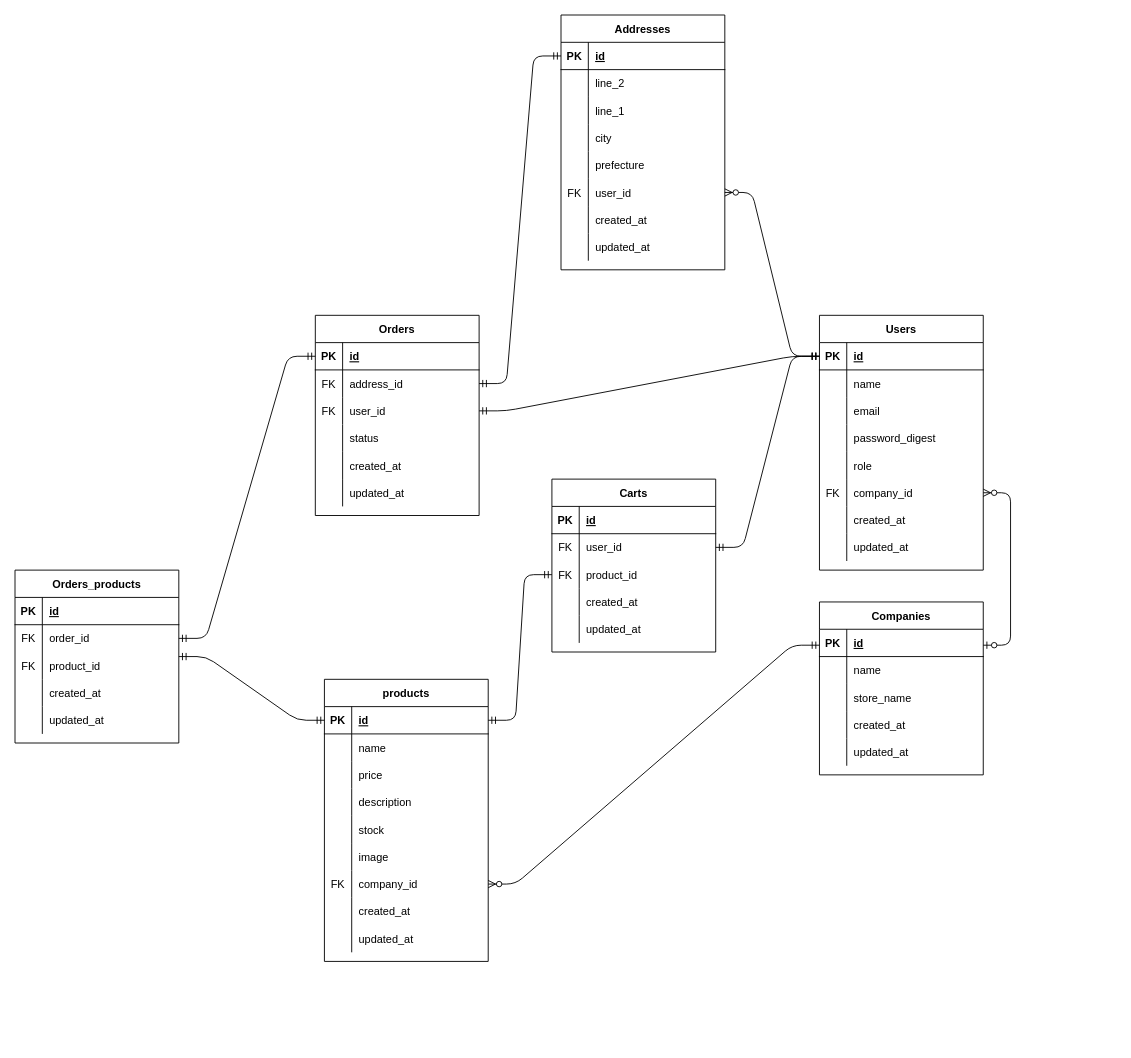
This is ER3.drawio from ushimedia/catalog_task_3, a draw.io file, before an edit. Source tidied: cells renumbered, new cells numbered last; positions are measured from the earlier drawing's top-left corner, leaving out a move shared by most shapes. Both pictures are drawn from the tidied source at 91%, with x=0, y=0 at pixel (15, 15).
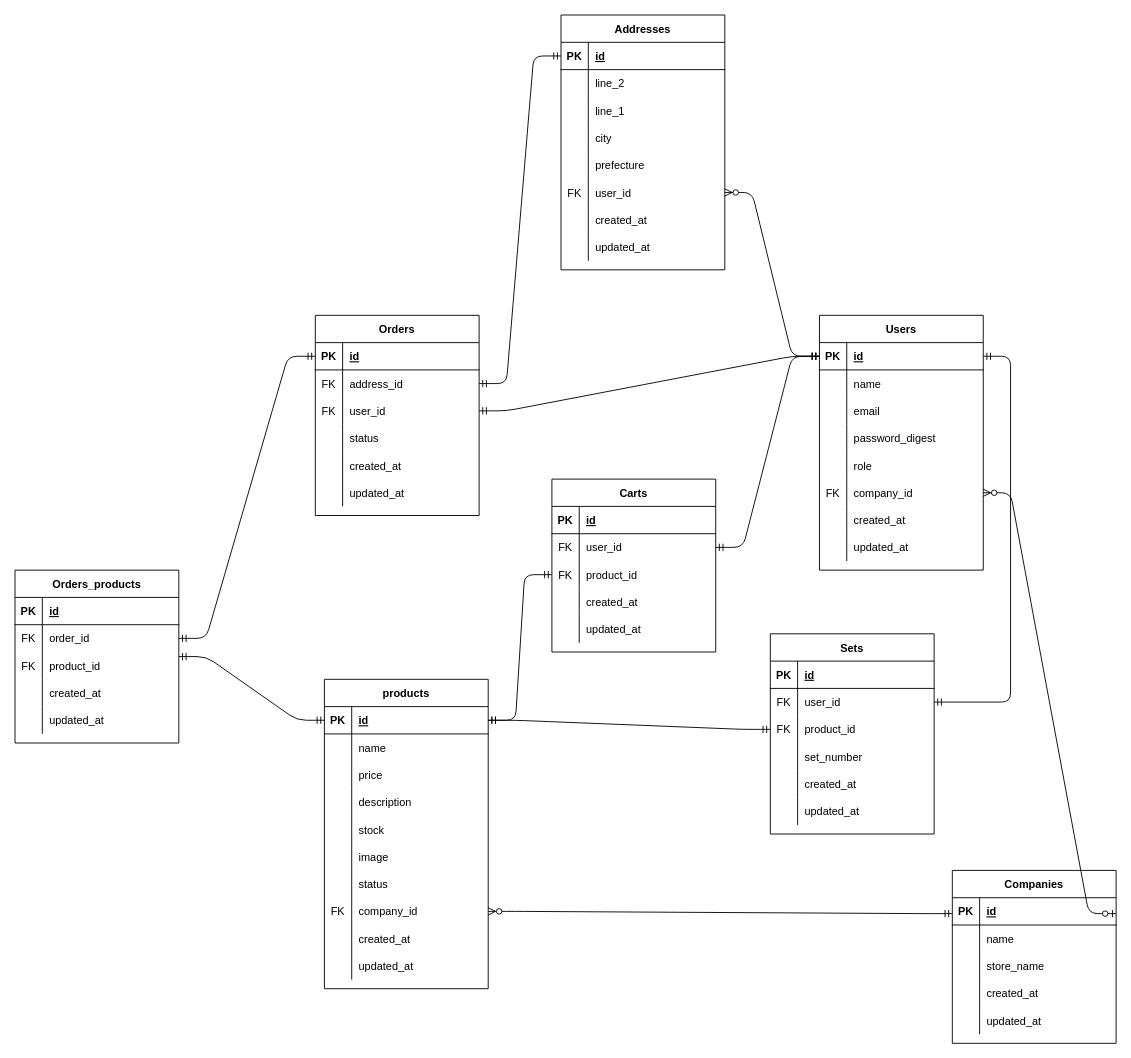
The same diagram, later.

Unchanged cells that the change refers to:
```xml
<mxCell id="28" style="shape=partialRectangle;fillColor=none;top=0;left=0;bottom=1;right=0;points=[[0,0.5],[1,0.5]];portConstraint=eastwest;" parent="27" vertex="1">
  <mxGeometry y="30" width="180" height="30" as="geometry" />
</mxCell>
<mxCell id="56" style="shape=partialRectangle;fillColor=none;top=0;left=0;bottom=1;right=0;points=[[0,0.5],[1,0.5]];portConstraint=eastwest;" parent="55" vertex="1">
  <mxGeometry y="30" width="180" height="30" as="geometry" />
</mxCell>
<mxCell id="71" style="shape=partialRectangle;fillColor=none;top=0;left=0;bottom=0;right=0;points=[[0,0.5],[1,0.5]];portConstraint=eastwest;" parent="55" vertex="1">
  <mxGeometry y="180" width="180" height="30" as="geometry" />
</mxCell>
```

What changed in the source:
```diff
@@
     <mxCell id="27" value="products" style="shape=table;startSize=30;childLayout=tableLayout;rowLines=0;fontStyle=1;align=center;" parent="1" vertex="1">
-      <mxGeometry x="340" y="730" width="180" height="310" as="geometry" />
+      <mxGeometry x="340" y="730" width="180" height="340" as="geometry" />
     </mxCell>
@@
+    <mxCell id="156" style="shape=partialRectangle;fillColor=none;top=0;left=0;bottom=0;right=0;" parent="27" vertex="1">
+      <mxGeometry y="210" width="180" height="30" as="geometry" />
+    </mxCell>
+    <mxCell id="157" style="shape=partialRectangle;fillColor=none;top=0;left=0;bottom=0;right=0;overflow=hidden;" parent="156" vertex="1">
+      <mxGeometry width="30" height="30" as="geometry" />
+    </mxCell>
+    <mxCell id="158" value="status" style="shape=partialRectangle;fillColor=none;top=0;left=0;bottom=0;right=0;align=left;spacingLeft=6;overflow=hidden;" parent="156" vertex="1">
+      <mxGeometry x="30" width="150" height="30" as="geometry" />
+    </mxCell>
     <mxCell id="46" style="shape=partialRectangle;fillColor=none;top=0;left=0;bottom=0;right=0;points=[[0,0.5],[1,0.5]];portConstraint=eastwest;" parent="27" vertex="1">
-      <mxGeometry y="210" width="180" height="30" as="geometry" />
+      <mxGeometry y="240" width="180" height="30" as="geometry" />
     </mxCell>
@@
     <mxCell id="49" style="shape=partialRectangle;fillColor=none;top=0;left=0;bottom=0;right=0;" parent="27" vertex="1">
-      <mxGeometry y="240" width="180" height="30" as="geometry" />
+      <mxGeometry y="270" width="180" height="30" as="geometry" />
     </mxCell>
@@
     <mxCell id="52" style="shape=partialRectangle;fillColor=none;top=0;left=0;bottom=0;right=0;" parent="27" vertex="1">
-      <mxGeometry y="270" width="180" height="30" as="geometry" />
+      <mxGeometry y="300" width="180" height="30" as="geometry" />
     </mxCell>
@@
     <mxCell id="81" value="Companies" style="shape=table;startSize=30;childLayout=tableLayout;rowLines=0;fontStyle=1;align=center;" parent="1" vertex="1">
-      <mxGeometry x="884" y="645" width="180" height="190" as="geometry" />
+      <mxGeometry x="1030" y="940" width="180" height="190" as="geometry" />
     </mxCell>
@@
-    <mxCell id="97" style="edgeStyle=entityRelationEdgeStyle;fontSize=12;html=1;endArrow=ERzeroToMany;startArrow=ERzeroToOne;exitX=1;exitY=0.25;exitDx=0;exitDy=0;entryX=1;entryY=0.5;entryDx=0;entryDy=0;" parent="1" edge="1" source="81" target="71">
+    <mxCell id="97" style="edgeStyle=entityRelationEdgeStyle;fontSize=12;html=1;endArrow=ERzeroToMany;startArrow=ERzeroToOne;exitX=1;exitY=0.25;exitDx=0;exitDy=0;" parent="1" edge="1" source="81" target="71">
       <mxGeometry relative="1" as="geometry" />
     </mxCell>
@@
+    <mxCell id="159" value="Sets" style="shape=table;startSize=30;childLayout=tableLayout;rowLines=0;fontStyle=1;align=center;" parent="1" vertex="1">
+      <mxGeometry x="830" y="680" width="180" height="220" as="geometry" />
+    </mxCell>
+    <mxCell id="160" style="shape=partialRectangle;fillColor=none;top=0;left=0;bottom=1;right=0;" parent="159" vertex="1">
+      <mxGeometry y="30" width="180" height="30" as="geometry" />
+    </mxCell>
+    <mxCell id="161" value="PK" style="shape=partialRectangle;fillColor=none;top=0;left=0;bottom=0;right=0;fontStyle=1;overflow=hidden;" parent="160" vertex="1">
+      <mxGeometry width="30" height="30" as="geometry" />
+    </mxCell>
+    <mxCell id="162" value="id" style="shape=partialRectangle;fillColor=none;top=0;left=0;bottom=0;right=0;align=left;spacingLeft=6;fontStyle=5;overflow=hidden;" parent="160" vertex="1">
+      <mxGeometry x="30" width="150" height="30" as="geometry" />
+    </mxCell>
+    <mxCell id="163" style="shape=partialRectangle;fillColor=none;top=0;left=0;bottom=0;right=0;points=[[0,0.5],[1,0.5]];portConstraint=eastwest;" parent="159" vertex="1">
+      <mxGeometry y="60" width="180" height="30" as="geometry" />
+    </mxCell>
+    <mxCell id="164" value="FK" style="shape=partialRectangle;fillColor=none;top=0;left=0;bottom=0;right=0;overflow=hidden;" parent="163" vertex="1">
+      <mxGeometry width="30" height="30" as="geometry" />
+    </mxCell>
+    <mxCell id="165" value="user_id" style="shape=partialRectangle;fillColor=none;top=0;left=0;bottom=0;right=0;align=left;spacingLeft=6;overflow=hidden;" parent="163" vertex="1">
+      <mxGeometry x="30" width="150" height="30" as="geometry" />
+    </mxCell>
+    <mxCell id="166" style="shape=partialRectangle;fillColor=none;top=0;left=0;bottom=0;right=0;points=[[0,0.5],[1,0.5]];portConstraint=eastwest;" parent="159" vertex="1">
+      <mxGeometry y="90" width="180" height="30" as="geometry" />
+    </mxCell>
+    <mxCell id="167" value="FK" style="shape=partialRectangle;fillColor=none;top=0;left=0;bottom=0;right=0;overflow=hidden;" parent="166" vertex="1">
+      <mxGeometry width="30" height="30" as="geometry" />
+    </mxCell>
+    <mxCell id="168" value="product_id" style="shape=partialRectangle;fillColor=none;top=0;left=0;bottom=0;right=0;align=left;spacingLeft=6;overflow=hidden;" parent="166" vertex="1">
+      <mxGeometry x="30" width="150" height="30" as="geometry" />
+    </mxCell>
+    <mxCell id="169" style="shape=partialRectangle;fillColor=none;top=0;left=0;bottom=0;right=0;" parent="159" vertex="1">
+      <mxGeometry y="120" width="180" height="30" as="geometry" />
+    </mxCell>
+    <mxCell id="170" style="shape=partialRectangle;fillColor=none;top=0;left=0;bottom=0;right=0;overflow=hidden;" parent="169" vertex="1">
+      <mxGeometry width="30" height="30" as="geometry" />
+    </mxCell>
+    <mxCell id="171" value="set_number" style="shape=partialRectangle;fillColor=none;top=0;left=0;bottom=0;right=0;align=left;spacingLeft=6;overflow=hidden;" parent="169" vertex="1">
+      <mxGeometry x="30" width="150" height="30" as="geometry" />
+    </mxCell>
+    <mxCell id="172" style="shape=partialRectangle;fillColor=none;top=0;left=0;bottom=0;right=0;" parent="159" vertex="1">
+      <mxGeometry y="150" width="180" height="30" as="geometry" />
+    </mxCell>
+    <mxCell id="173" style="shape=partialRectangle;fillColor=none;top=0;left=0;bottom=0;right=0;overflow=hidden;" parent="172" vertex="1">
+      <mxGeometry width="30" height="30" as="geometry" />
+    </mxCell>
+    <mxCell id="174" value="created_at" style="shape=partialRectangle;fillColor=none;top=0;left=0;bottom=0;right=0;align=left;spacingLeft=6;overflow=hidden;" parent="172" vertex="1">
+      <mxGeometry x="30" width="150" height="30" as="geometry" />
+    </mxCell>
+    <mxCell id="175" style="shape=partialRectangle;fillColor=none;top=0;left=0;bottom=0;right=0;" parent="159" vertex="1">
+      <mxGeometry y="180" width="180" height="30" as="geometry" />
+    </mxCell>
+    <mxCell id="176" style="shape=partialRectangle;fillColor=none;top=0;left=0;bottom=0;right=0;overflow=hidden;" parent="175" vertex="1">
+      <mxGeometry width="30" height="30" as="geometry" />
+    </mxCell>
+    <mxCell id="177" value="updated_at" style="shape=partialRectangle;fillColor=none;top=0;left=0;bottom=0;right=0;align=left;spacingLeft=6;overflow=hidden;" parent="175" vertex="1">
+      <mxGeometry x="30" width="150" height="30" as="geometry" />
+    </mxCell>
+    <mxCell id="178" style="edgeStyle=entityRelationEdgeStyle;fontSize=12;html=1;endArrow=ERmandOne;startArrow=ERmandOne;" parent="1" edge="1" source="28" target="166">
+      <mxGeometry relative="1" as="geometry" />
+    </mxCell>
+    <mxCell id="179" style="edgeStyle=entityRelationEdgeStyle;fontSize=12;html=1;endArrow=ERmandOne;startArrow=ERmandOne;" parent="1" edge="1" source="163" target="56">
+      <mxGeometry relative="1" as="geometry" />
+    </mxCell>
```
